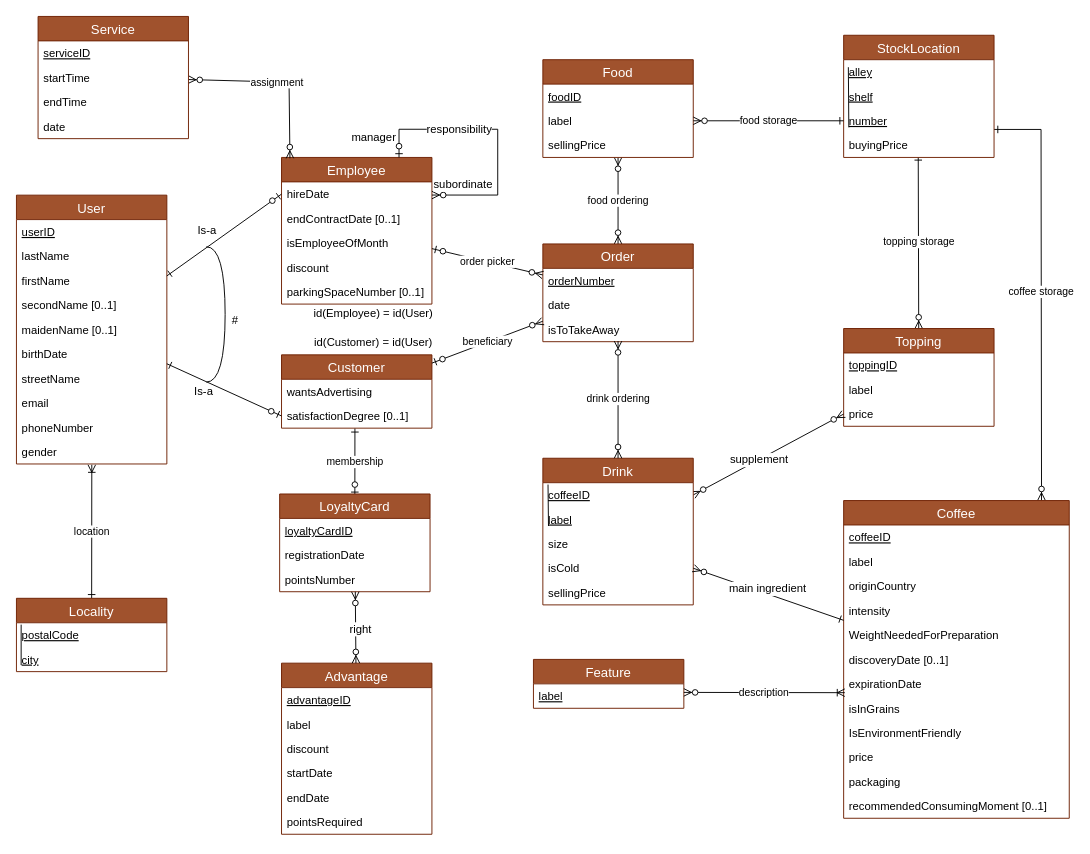
The draw.io diagram SchemaEA.drawio in DrakeXorn/CoffIG, before the edit. Source tidied: cells renumbered, new cells numbered last; positions are measured from the earlier drawing's top-left corner, leaving out a move shared by most shapes. Both pictures are drawn from the tidied source at 94%, with x=0, y=0 at pixel (16, 16).
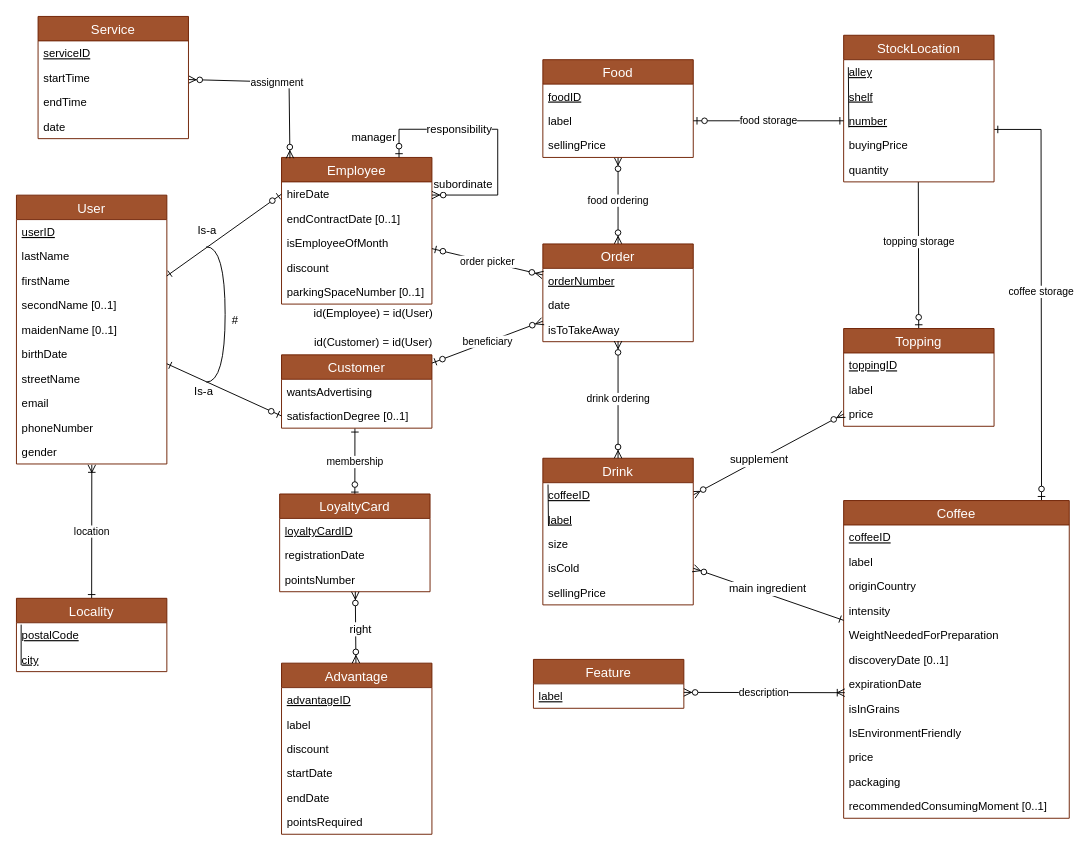
The same diagram, later.

Unchanged cells that the change refers to:
```xml
<mxCell id="9" value="label" style="text;strokeColor=none;fillColor=none;spacingLeft=4;spacingRight=4;overflow=hidden;points=[[0,0.5],[1,0.5]];portConstraint=eastwest;fontSize=12;" parent="7" vertex="1">
  <mxGeometry y="52" width="160" height="26" as="geometry" />
</mxCell>
<mxCell id="12" value="Topping" style="swimlane;fontStyle=0;horizontal=1;startSize=26;fillColor=#a0522d;swimlaneFillColor=#ffffff;align=center;fontSize=14;strokeColor=#6D1F00;fontColor=#ffffff;" parent="1" vertex="1">
  <mxGeometry x="880" y="332" width="160" height="104" as="geometry" />
</mxCell>
<mxCell id="25" value="Coffee" style="swimlane;fontStyle=0;horizontal=1;startSize=26;fillColor=#a0522d;swimlaneFillColor=#ffffff;align=center;fontSize=14;strokeColor=#6D1F00;fontColor=#ffffff;" parent="1" vertex="1">
  <mxGeometry x="880" y="515" width="240" height="338" as="geometry" />
</mxCell>
<mxCell id="43" value="number" style="text;strokeColor=none;fillColor=none;spacingLeft=4;spacingRight=4;overflow=hidden;points=[[0,0.5],[1,0.5]];portConstraint=eastwest;fontSize=12;fontStyle=4;" parent="40" vertex="1">
  <mxGeometry y="78" width="160" height="26" as="geometry" />
</mxCell>
<mxCell id="44" value="buyingPrice" style="text;strokeColor=none;fillColor=none;spacingLeft=4;spacingRight=4;overflow=hidden;points=[[0,0.5],[1,0.5]];portConstraint=eastwest;fontSize=12;" parent="40" vertex="1">
  <mxGeometry y="104" width="160" height="26" as="geometry" />
</mxCell>
```

Change to the diagram source:
```diff
@@
-    <mxCell id="11" value="topping storage" style="edgeStyle=none;rounded=0;jettySize=auto;html=1;startArrow=ERzeroToMany;startFill=1;endArrow=ERone;endFill=0;entryX=0.496;entryY=0.955;entryDx=0;entryDy=0;entryPerimeter=0;" parent="1" edge="1" source="12" target="44">
+    <mxCell id="11" value="topping storage" style="edgeStyle=none;rounded=0;jettySize=auto;html=1;startArrow=ERzeroToOne;startFill=1;endArrow=ERone;endFill=0;entryX=0.496;entryY=0.955;entryDx=0;entryDy=0;entryPerimeter=0;" parent="1" edge="1" source="12" target="44">
       <mxGeometry relative="1" as="geometry" />
     </mxCell>
@@
-    <mxCell id="24" value="coffee storage" style="edgeStyle=orthogonalEdgeStyle;rounded=0;jettySize=auto;html=1;entryX=1;entryY=0.5;entryDx=0;entryDy=0;startArrow=ERzeroToMany;startFill=1;endArrow=ERone;endFill=0;exitX=0.877;exitY=-0.001;exitDx=0;exitDy=0;exitPerimeter=0;" parent="1" edge="1" source="25">
+    <mxCell id="24" value="coffee storage" style="edgeStyle=orthogonalEdgeStyle;rounded=0;jettySize=auto;html=1;entryX=1;entryY=0.5;entryDx=0;entryDy=0;startArrow=ERzeroToOne;startFill=1;endArrow=ERone;endFill=0;exitX=0.877;exitY=-0.001;exitDx=0;exitDy=0;exitPerimeter=0;" parent="1" edge="1" source="25">
       <mxGeometry relative="1" as="geometry">
         <mxPoint x="1040" y="120.2" as="targetPoint" />
         <Array as="points">
           <mxPoint x="1090" y="500" />
           <mxPoint x="1090" y="120" />
         </Array>
       </mxGeometry>
     </mxCell>
@@
     <mxCell id="40" value="StockLocation" style="swimlane;fontStyle=0;horizontal=1;startSize=26;fillColor=#a0522d;swimlaneFillColor=#ffffff;align=center;fontSize=14;strokeColor=#6D1F00;fontColor=#ffffff;" parent="1" vertex="1">
-      <mxGeometry x="880" y="20" width="160" height="130" as="geometry" />
+      <mxGeometry x="880" y="20" width="160" height="156" as="geometry" />
     </mxCell>
@@
+    <mxCell id="111" value="quantity" style="text;strokeColor=none;fillColor=none;spacingLeft=4;spacingRight=4;overflow=hidden;fontSize=12;" parent="40" vertex="1">
+      <mxGeometry y="130" width="160" height="26" as="geometry" />
+    </mxCell>
@@
-    <mxCell id="91" value="food storage" style="edgeStyle=none;rounded=0;jettySize=auto;html=1;exitX=1;exitY=0.5;exitDx=0;exitDy=0;entryX=0;entryY=0.5;entryDx=0;entryDy=0;startArrow=ERzeroToMany;startFill=1;endArrow=ERone;endFill=0;" parent="1" edge="1" source="9" target="43">
+    <mxCell id="91" value="food storage" style="edgeStyle=none;rounded=0;jettySize=auto;html=1;exitX=1;exitY=0.5;exitDx=0;exitDy=0;entryX=0;entryY=0.5;entryDx=0;entryDy=0;startArrow=ERzeroToOne;startFill=1;endArrow=ERone;endFill=0;" parent="1" edge="1" source="9" target="43">
       <mxGeometry relative="1" as="geometry" />
     </mxCell>
```
